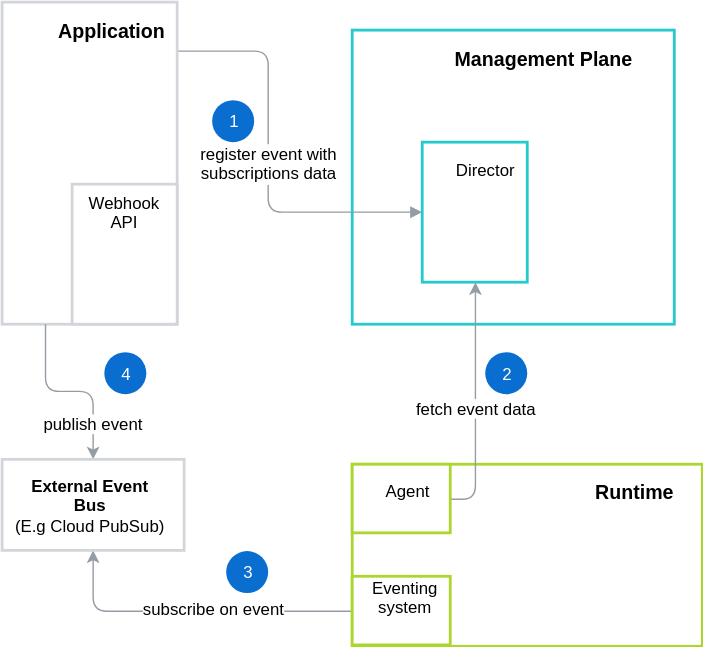
kyma-incubator/compass keeps this draw.io diagram as docs/architecture/assets/external-event-flow.svg. Above is the earlier version. Source tidied: cells renumbered, new cells last; positions are measured from the earlier drawing's top-left corner, leaving out a move shared by most shapes.
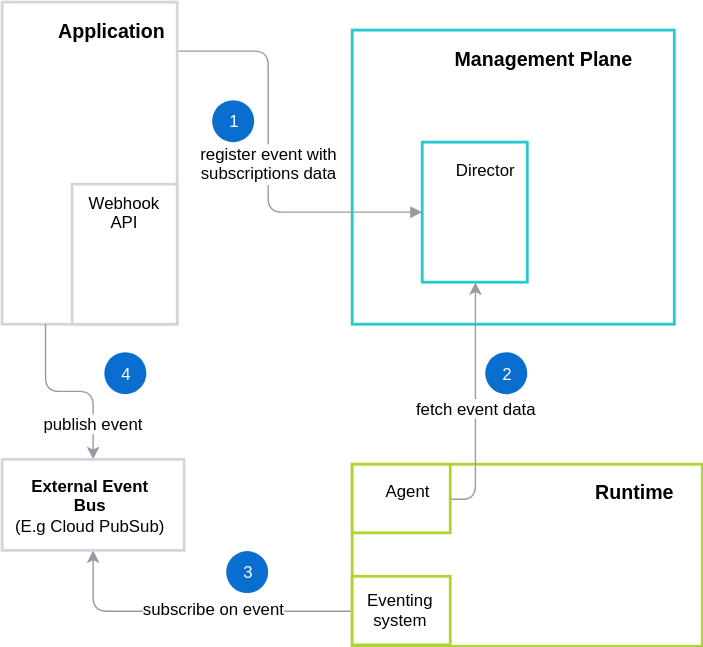
The same file after the commit.

Change to the diagram source:
```diff
@@ -57,12 +57,9 @@
     <mxCell id="17" value="Director" style="text;html=1;strokeColor=none;fillColor=none;align=center;verticalAlign=middle;whiteSpace=wrap;rounded=0;fontSize=12;" parent="1" vertex="1">
       <mxGeometry x="325" y="110" width="40" height="20" as="geometry" />
     </mxCell>
-    <mxCell id="18" style="rounded=0;whiteSpace=wrap;html=1;strokeColor=#ACD62F;strokeWidth=2;horizontal=1;" parent="1" vertex="1">
+    <mxCell id="18" value="&lt;span&gt;Eventing system&lt;/span&gt;" style="rounded=0;whiteSpace=wrap;html=1;strokeColor=#ACD62F;strokeWidth=2;horizontal=1;" parent="1" vertex="1">
       <mxGeometry x="250" y="410" width="70" height="49" as="geometry" />
     </mxCell>
-    <mxCell id="19" value="Eventing system&lt;br&gt;" style="text;html=1;strokeColor=none;fillColor=none;align=center;verticalAlign=middle;whiteSpace=wrap;rounded=0;fontSize=12;fontStyle=0;" parent="1" vertex="1">
-      <mxGeometry x="267.5" y="414.5" width="40" height="20" as="geometry" />
-    </mxCell>
     <mxCell id="20" value="External Event Bus&lt;br&gt;&lt;span style=&quot;font-weight: normal&quot;&gt;(E.g Cloud PubSub)&lt;/span&gt;&lt;br&gt;" style="text;html=1;strokeColor=none;fillColor=none;align=center;verticalAlign=middle;whiteSpace=wrap;rounded=0;fontStyle=1;" parent="1" vertex="1">
       <mxGeometry x="7.5" y="339" width="110" height="39" as="geometry" />
     </mxCell>
```
